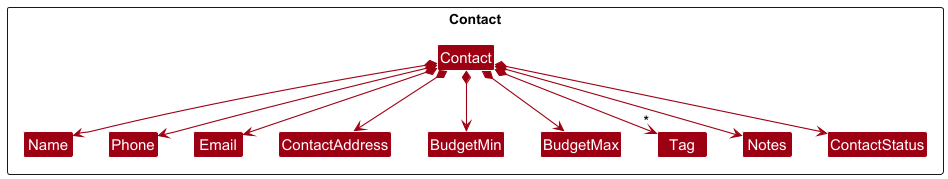
inzk0518/tp keeps this PlantUML diagram as docs/images/ContactClassDiagram.png. Above is the earlier version. The source it was exported from:
```plantuml
@startuml
!include style.puml
skinparam arrowThickness 1.1
skinparam arrowColor MODEL_COLOR
skinparam classBackgroundColor MODEL_COLOR

Package Contact as ContactPackage <<Rectangle>>{
Class Contact
Class Name
Class Phone
Class Email
Class ContactAddress
Class BudgetMin
Class BudgetMax
Class Tag
Class Notes
Class ContactStatus

Class I #FFFFFF
}

Contact *--> Name
Contact *--> Phone
Contact *--> Email
Contact *--> ContactAddress
Contact *--> BudgetMin
Contact *--> BudgetMax
Contact *--> "*" Tag
Contact *--> Notes
Contact *--> ContactStatus
@enduml
```
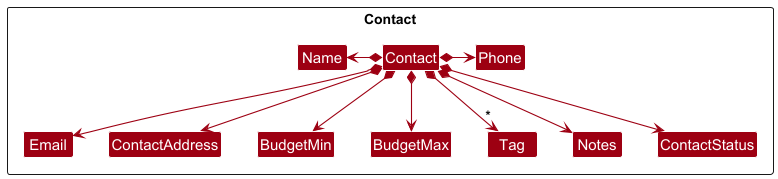
Later version of the same file.

Diff of the diagram source:
```diff
@@ -19,8 +19,8 @@
 Class I #FFFFFF
 }
 
-Contact *--> Name
-Contact *--> Phone
+Contact *-left-> Name
+Contact *-right-> Phone
 Contact *--> Email
 Contact *--> ContactAddress
 Contact *--> BudgetMin
```
